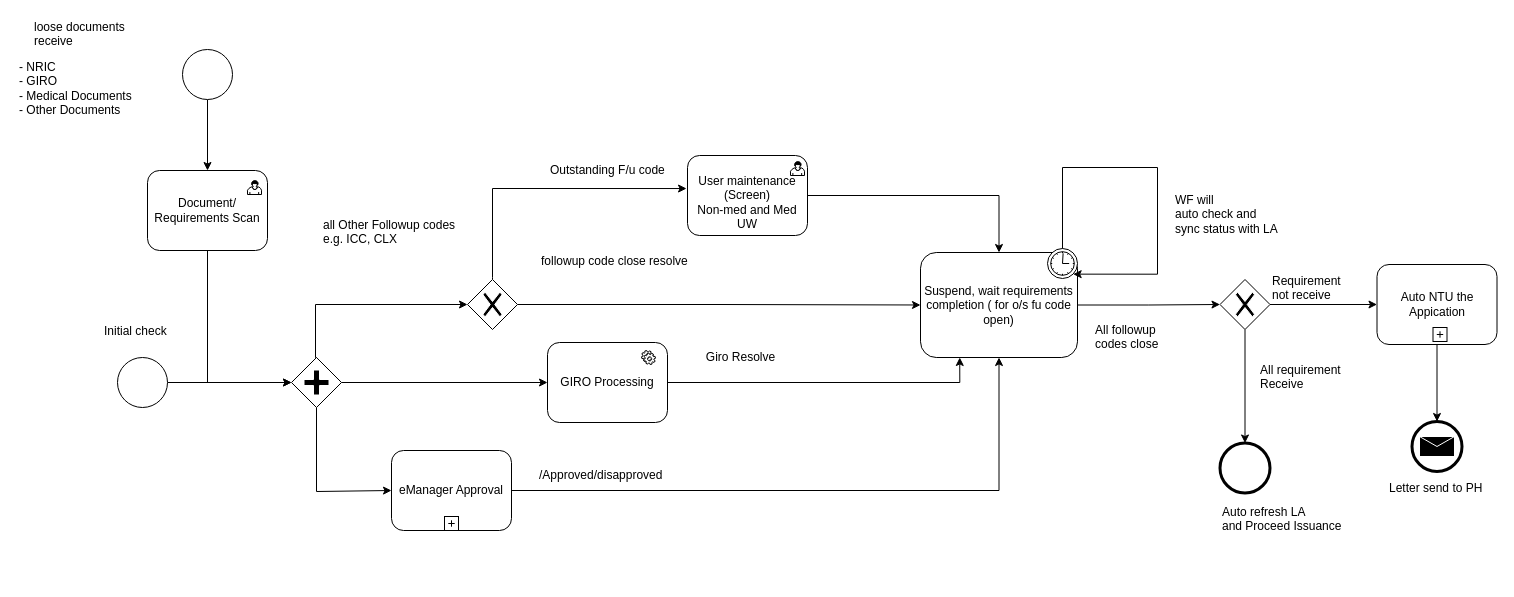
Above: page "Pending Requirement check" (3 of 5) of Untitled Diagram.drawio in Jefferzonlee/WorkFlow-BPR (draw.io), before the change. Source tidied: cells renumbered, new cells numbered last; positions are measured from the earlier drawing's top-left corner, leaving out a move shared by most shapes. Both pictures are drawn from the tidied source at 100%, with x=0, y=0 at pixel (17, 17).
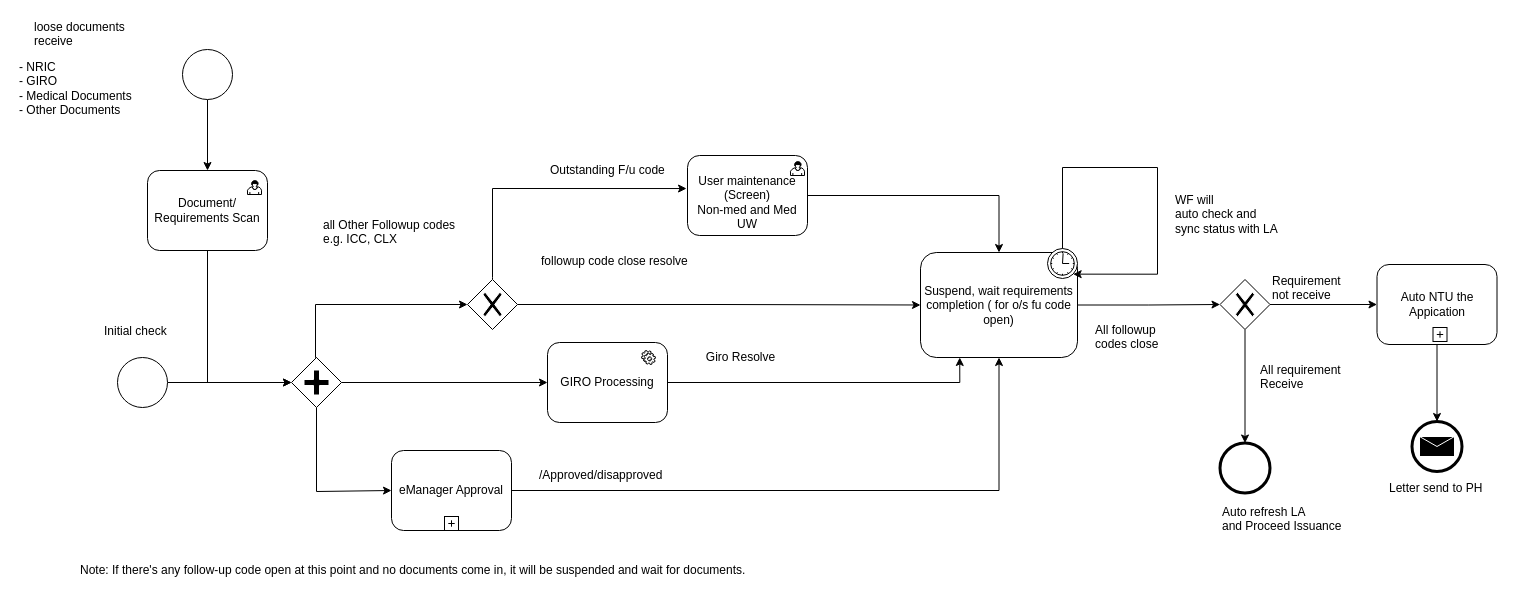
Above is the later version.

Diff of the diagram source:
```diff
@@
+    <mxCell id="52" value="Note: If there's any follow-up code open at this point and no documents come in, it will be suspended and wait for documents." style="text;html=1;align=left;verticalAlign=top;spacingTop=-4;" parent="1" vertex="1">
+      <mxGeometry x="61" y="543" width="680" height="20" as="geometry" />
+    </mxCell>
```
